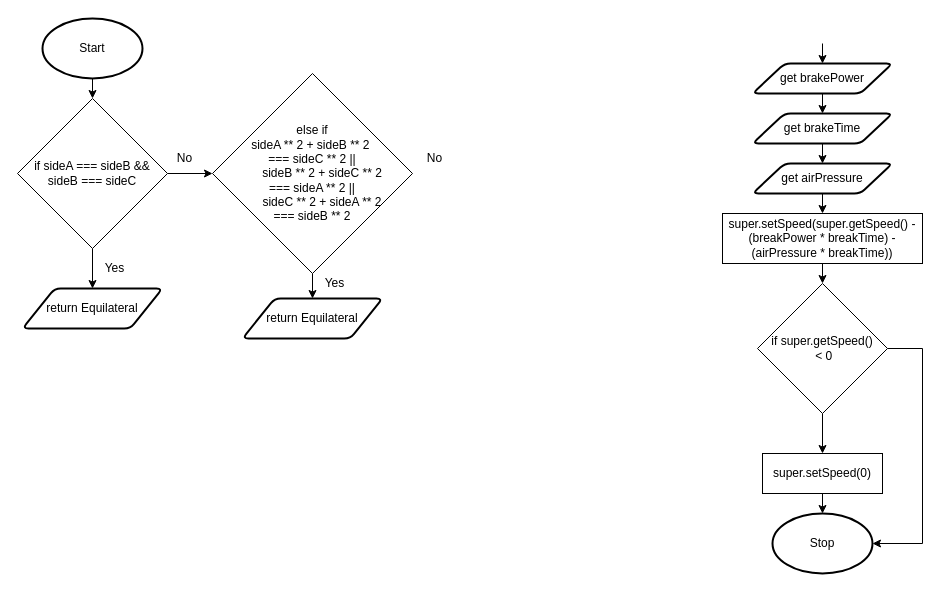
Above: drawio/getType.drawio in Aidan-Lalonde-Novales/ics4u-assignment3-typescript (draw.io), before the change. Source tidied: cells renumbered, new cells numbered last; positions are measured from the earlier drawing's top-left corner, leaving out a move shared by most shapes. Both pictures are drawn from the tidied source at 100%, with x=0, y=0 at pixel (17, 18).
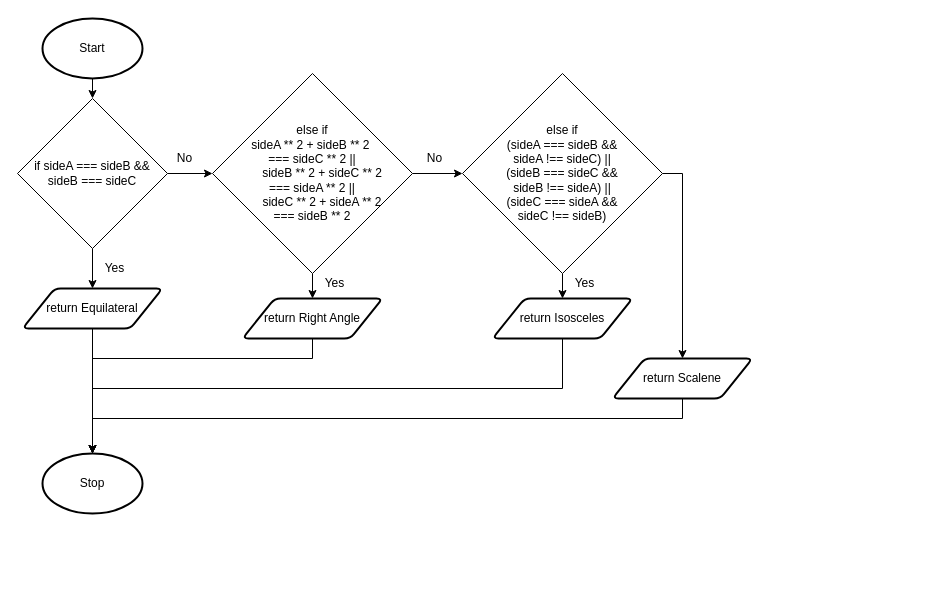
The same diagram, later.

The change refers to these unchanged cells:
```xml
<mxCell id="24" value="return Equilateral" style="shape=parallelogram;html=1;strokeWidth=2;perimeter=parallelogramPerimeter;whiteSpace=wrap;rounded=1;arcSize=12;size=0.23;" parent="1" vertex="1">
  <mxGeometry x="5" y="270" width="140" height="40" as="geometry" />
</mxCell>
<mxCell id="26" value="else if &lt;br&gt;&lt;div&gt;sideA ** 2 + sideB ** 2&amp;nbsp;&lt;/div&gt;&lt;div&gt;=== sideC ** 2 ||&lt;/div&gt;&lt;div&gt;&amp;nbsp; &amp;nbsp; &amp;nbsp; sideB ** 2 + sideC ** 2&lt;/div&gt;&lt;div&gt;=== sideA ** 2 ||&lt;/div&gt;&lt;div&gt;&amp;nbsp; &amp;nbsp; &amp;nbsp; sideC ** 2 + sideA ** 2&lt;/div&gt;&lt;div&gt;=== sideB ** 2&lt;/div&gt;" style="rhombus;whiteSpace=wrap;html=1;" parent="1" vertex="1">
  <mxGeometry x="195" y="55" width="200" height="200" as="geometry" />
</mxCell>
```

Diff of the diagram source:
```diff
@@
-    <mxCell id="2" style="edgeStyle=none;html=1;exitX=0.5;exitY=1;exitDx=0;exitDy=0;exitPerimeter=0;entryX=0.5;entryY=0;entryDx=0;entryDy=0;" parent="1" edge="1" target="6">
-      <mxGeometry relative="1" as="geometry">
-        <mxPoint x="805" y="25" as="sourcePoint" />
-      </mxGeometry>
-    </mxCell>
@@
-    <mxCell id="5" style="edgeStyle=none;html=1;exitX=0.5;exitY=1;exitDx=0;exitDy=0;entryX=0.5;entryY=0;entryDx=0;entryDy=0;" parent="1" edge="1" source="6" target="18">
-      <mxGeometry relative="1" as="geometry" />
-    </mxCell>
-    <mxCell id="6" value="get brakePower" style="shape=parallelogram;html=1;strokeWidth=2;perimeter=parallelogramPerimeter;whiteSpace=wrap;rounded=1;arcSize=12;size=0.23;" parent="1" vertex="1">
-      <mxGeometry x="735" y="45" width="140" height="30" as="geometry" />
-    </mxCell>
     <mxCell id="7" value="Stop" style="strokeWidth=2;html=1;shape=mxgraph.flowchart.start_1;whiteSpace=wrap;" parent="1" vertex="1">
-      <mxGeometry x="755" y="495" width="100" height="60" as="geometry" />
+      <mxGeometry x="25" y="435" width="100" height="60" as="geometry" />
     </mxCell>
-    <mxCell id="8" style="edgeStyle=none;html=1;exitX=0.5;exitY=1;exitDx=0;exitDy=0;entryX=0.5;entryY=0;entryDx=0;entryDy=0;" parent="1" edge="1" source="9" target="12">
-      <mxGeometry relative="1" as="geometry" />
-    </mxCell>
-    <mxCell id="9" value="super.setSpeed(super.getSpeed() - (breakPower * breakTime) - (airPressure * breakTime))" style="rounded=0;whiteSpace=wrap;html=1;" parent="1" vertex="1">
-      <mxGeometry x="705" y="195" width="200" height="50" as="geometry" />
-    </mxCell>
-    <mxCell id="10" style="edgeStyle=none;html=1;exitX=0.5;exitY=1;exitDx=0;exitDy=0;entryX=0.5;entryY=0;entryDx=0;entryDy=0;" parent="1" edge="1" source="12" target="16">
-      <mxGeometry relative="1" as="geometry" />
-    </mxCell>
-    <mxCell id="11" style="edgeStyle=none;html=1;exitX=1;exitY=0.5;exitDx=0;exitDy=0;entryX=1;entryY=0.5;entryDx=0;entryDy=0;entryPerimeter=0;rounded=0;" parent="1" edge="1" source="12" target="7">
-      <mxGeometry relative="1" as="geometry">
-        <Array as="points">
-          <mxPoint x="905" y="330" />
-          <mxPoint x="905" y="525" />
-        </Array>
-      </mxGeometry>
-    </mxCell>
-    <mxCell id="12" value="if super.getSpeed()&lt;br&gt;&amp;nbsp;&amp;lt; 0" style="rhombus;whiteSpace=wrap;html=1;" parent="1" vertex="1">
-      <mxGeometry x="740" y="265" width="130" height="130" as="geometry" />
-    </mxCell>
@@
-    <mxCell id="15" style="edgeStyle=none;html=1;exitX=0.5;exitY=1;exitDx=0;exitDy=0;entryX=0.5;entryY=0;entryDx=0;entryDy=0;entryPerimeter=0;" parent="1" edge="1" source="16" target="7">
-      <mxGeometry relative="1" as="geometry" />
-    </mxCell>
-    <mxCell id="16" value="super.setSpeed(0)" style="rounded=0;whiteSpace=wrap;html=1;" parent="1" vertex="1">
-      <mxGeometry x="745" y="435" width="120" height="40" as="geometry" />
-    </mxCell>
-    <mxCell id="17" style="edgeStyle=none;html=1;exitX=0.5;exitY=1;exitDx=0;exitDy=0;entryX=0.5;entryY=0;entryDx=0;entryDy=0;" parent="1" edge="1" source="18" target="20">
-      <mxGeometry relative="1" as="geometry" />
-    </mxCell>
-    <mxCell id="18" value="get brakeTime" style="shape=parallelogram;html=1;strokeWidth=2;perimeter=parallelogramPerimeter;whiteSpace=wrap;rounded=1;arcSize=12;size=0.23;" parent="1" vertex="1">
-      <mxGeometry x="735" y="95" width="140" height="30" as="geometry" />
-    </mxCell>
-    <mxCell id="19" style="edgeStyle=none;html=1;exitX=0.5;exitY=1;exitDx=0;exitDy=0;entryX=0.5;entryY=0;entryDx=0;entryDy=0;" parent="1" edge="1" source="20" target="9">
-      <mxGeometry relative="1" as="geometry" />
-    </mxCell>
-    <mxCell id="20" value="get airPressure" style="shape=parallelogram;html=1;strokeWidth=2;perimeter=parallelogramPerimeter;whiteSpace=wrap;rounded=1;arcSize=12;size=0.23;" parent="1" vertex="1">
-      <mxGeometry x="735" y="145" width="140" height="30" as="geometry" />
-    </mxCell>
@@
+    <mxCell id="30" style="edgeStyle=none;html=1;exitX=0.5;exitY=1;exitDx=0;exitDy=0;entryX=0.5;entryY=0;entryDx=0;entryDy=0;entryPerimeter=0;" parent="1" edge="1" source="24" target="7">
+      <mxGeometry relative="1" as="geometry" />
+    </mxCell>
@@
+    <mxCell id="31" style="edgeStyle=none;html=1;exitX=1;exitY=0.5;exitDx=0;exitDy=0;entryX=0;entryY=0.5;entryDx=0;entryDy=0;" parent="1" edge="1" source="26" target="35">
+      <mxGeometry relative="1" as="geometry" />
+    </mxCell>
@@
+    <mxCell id="32" style="edgeStyle=none;html=1;exitX=0.5;exitY=1;exitDx=0;exitDy=0;entryX=0.5;entryY=0;entryDx=0;entryDy=0;entryPerimeter=0;rounded=0;" parent="1" edge="1" source="27" target="7">
+      <mxGeometry relative="1" as="geometry">
+        <Array as="points">
+          <mxPoint x="295" y="340" />
+          <mxPoint x="75" y="340" />
+        </Array>
+      </mxGeometry>
+    </mxCell>
-    <mxCell id="27" value="return Equilateral" style="shape=parallelogram;html=1;strokeWidth=2;perimeter=parallelogramPerimeter;whiteSpace=wrap;rounded=1;arcSize=12;size=0.23;" parent="1" vertex="1">
+    <mxCell id="27" value="return Right Angle" style="shape=parallelogram;html=1;strokeWidth=2;perimeter=parallelogramPerimeter;whiteSpace=wrap;rounded=1;arcSize=12;size=0.23;" parent="1" vertex="1">
       <mxGeometry x="225" y="280" width="140" height="40" as="geometry" />
     </mxCell>
@@
+    <mxCell id="33" style="edgeStyle=none;html=1;exitX=0.5;exitY=1;exitDx=0;exitDy=0;entryX=0.5;entryY=0;entryDx=0;entryDy=0;" parent="1" edge="1" source="35" target="37">
+      <mxGeometry relative="1" as="geometry" />
+    </mxCell>
+    <mxCell id="34" style="edgeStyle=none;rounded=0;html=1;exitX=1;exitY=0.5;exitDx=0;exitDy=0;entryX=0.5;entryY=0;entryDx=0;entryDy=0;" parent="1" edge="1" source="35" target="40">
+      <mxGeometry relative="1" as="geometry">
+        <Array as="points">
+          <mxPoint x="665" y="155" />
+        </Array>
+      </mxGeometry>
+    </mxCell>
+    <mxCell id="35" value="else if &lt;br&gt;&lt;div&gt;&lt;div&gt;(sideA === sideB &amp;amp;&amp;amp;&lt;/div&gt;&lt;div&gt;sideA !== sideC) ||&lt;/div&gt;&lt;div&gt;&amp;nbsp;(sideB === sideC &amp;amp;&amp;amp;&amp;nbsp;&lt;/div&gt;&lt;div&gt;sideB !== sideA) ||&lt;/div&gt;&lt;div&gt;&lt;span&gt;(sideC === sideA &amp;amp;&amp;amp;&lt;/span&gt;&lt;/div&gt;&lt;div&gt;&lt;span&gt;sideC !== sideB)&lt;/span&gt;&lt;/div&gt;&lt;/div&gt;" style="rhombus;whiteSpace=wrap;html=1;" parent="1" vertex="1">
+      <mxGeometry x="445" y="55" width="200" height="200" as="geometry" />
+    </mxCell>
+    <mxCell id="36" style="edgeStyle=none;html=1;exitX=0.5;exitY=1;exitDx=0;exitDy=0;entryX=0.5;entryY=0;entryDx=0;entryDy=0;entryPerimeter=0;rounded=0;" parent="1" edge="1" source="37" target="7">
+      <mxGeometry relative="1" as="geometry">
+        <Array as="points">
+          <mxPoint x="545" y="370" />
+          <mxPoint x="75" y="370" />
+        </Array>
+      </mxGeometry>
+    </mxCell>
+    <mxCell id="37" value="return Isosceles" style="shape=parallelogram;html=1;strokeWidth=2;perimeter=parallelogramPerimeter;whiteSpace=wrap;rounded=1;arcSize=12;size=0.23;" parent="1" vertex="1">
+      <mxGeometry x="475" y="280" width="140" height="40" as="geometry" />
+    </mxCell>
+    <mxCell id="38" value="Yes" style="text;html=1;strokeColor=none;fillColor=none;align=center;verticalAlign=middle;whiteSpace=wrap;rounded=0;" parent="1" vertex="1">
+      <mxGeometry x="555" y="255" width="25" height="20" as="geometry" />
+    </mxCell>
+    <mxCell id="39" style="edgeStyle=none;rounded=0;html=1;exitX=0.5;exitY=1;exitDx=0;exitDy=0;entryX=0.5;entryY=0;entryDx=0;entryDy=0;entryPerimeter=0;" parent="1" edge="1" source="40" target="7">
+      <mxGeometry relative="1" as="geometry">
+        <Array as="points">
+          <mxPoint x="665" y="400" />
+          <mxPoint x="75" y="400" />
+        </Array>
+      </mxGeometry>
+    </mxCell>
+    <mxCell id="40" value="return Scalene" style="shape=parallelogram;html=1;strokeWidth=2;perimeter=parallelogramPerimeter;whiteSpace=wrap;rounded=1;arcSize=12;size=0.23;" parent="1" vertex="1">
+      <mxGeometry x="595" y="340" width="140" height="40" as="geometry" />
+    </mxCell>
```
